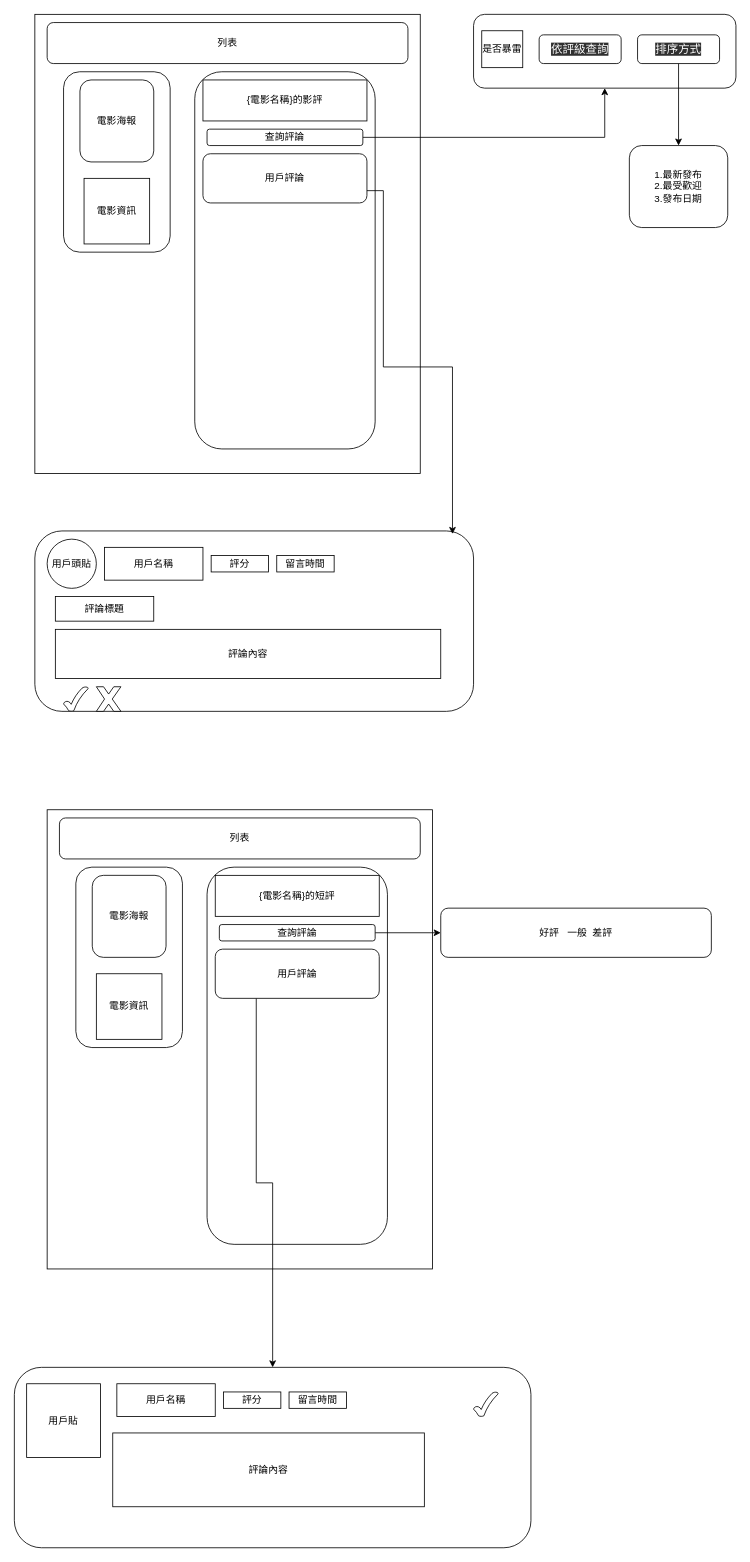
This is 影評的頁面.drawio from shaoccc3/movie, a draw.io file, before an edit. Source tidied: cells renumbered, new cells numbered last; positions are measured from the earlier drawing's top-left corner, leaving out a move shared by most shapes. Both pictures are drawn from the tidied source at 82%, with x=0, y=0 at pixel (14, 14).
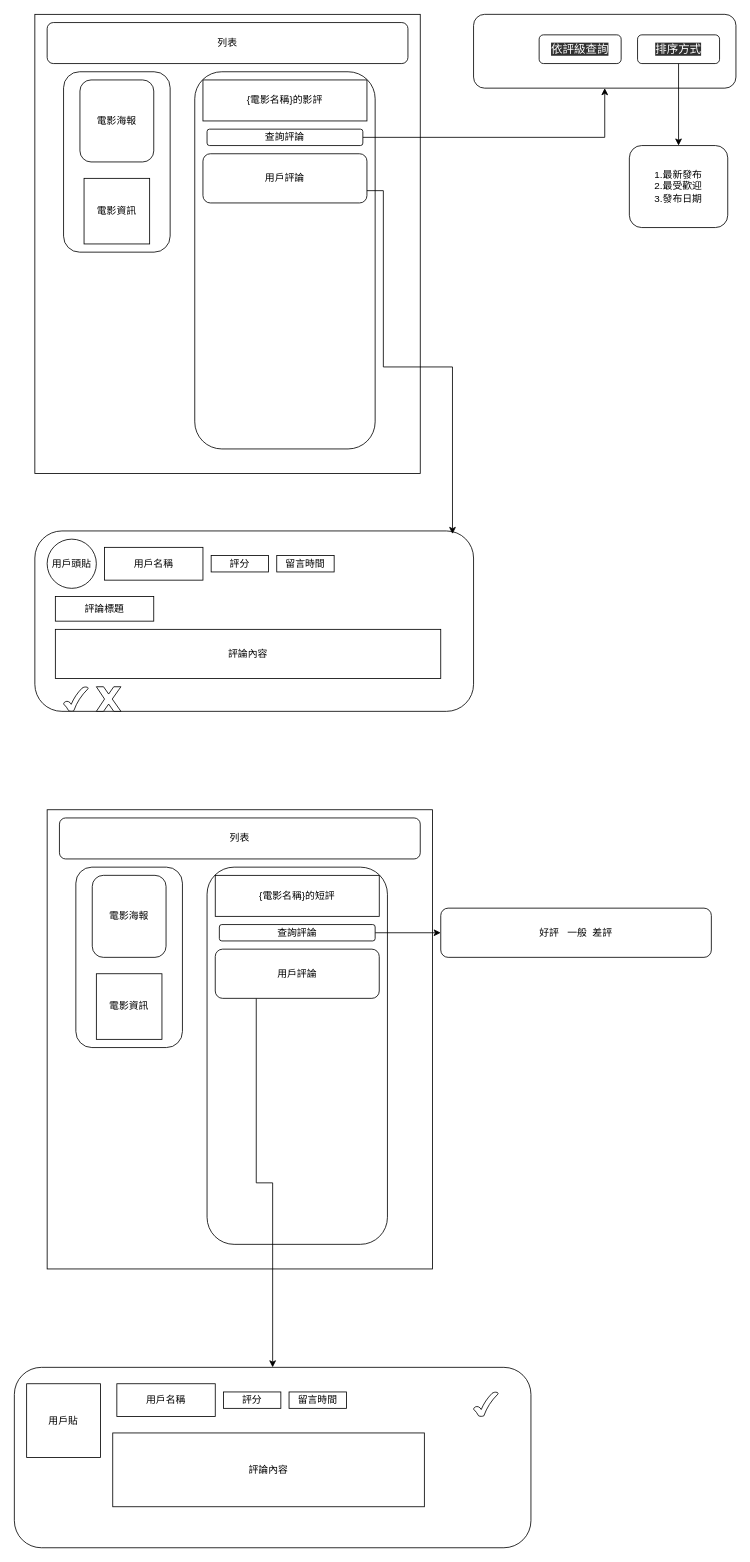
The same diagram, later.

Diff of the diagram source:
```diff
@@
-    <mxCell id="23" value="是否暴雷" style="rounded=0;whiteSpace=wrap;html=1;" parent="1" vertex="1">
-      <mxGeometry x="570" y="20" width="50" height="45" as="geometry" />
-    </mxCell>
```
